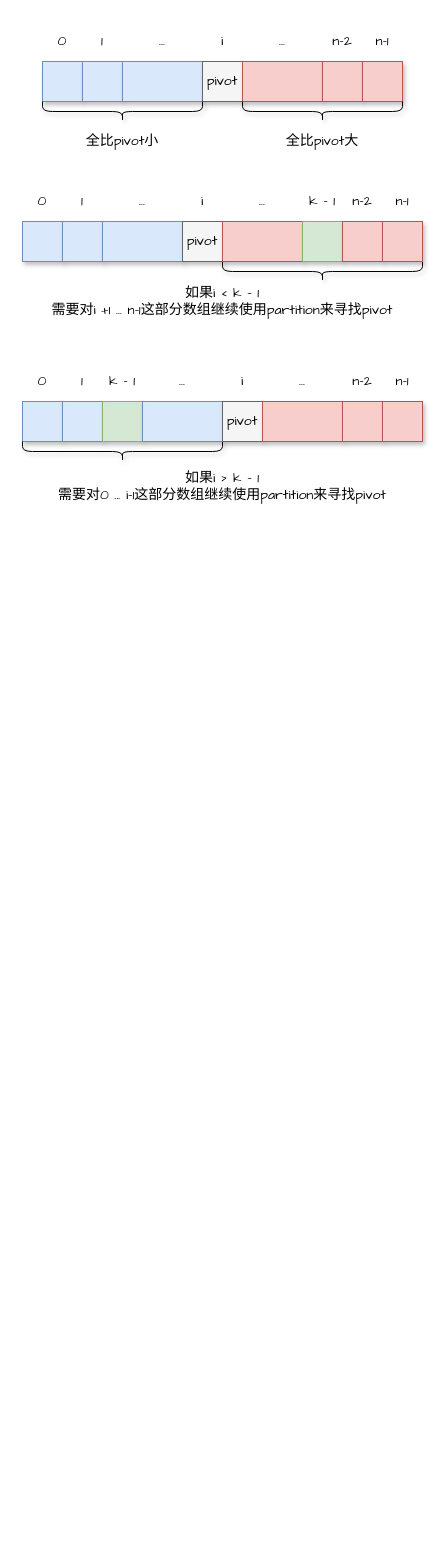
Before: draw.io/数组中的第K个最大元素.drawio in goldknife6/algorithm, a draw.io diagram. Source tidied: cells renumbered, new cells numbered last; positions are measured from the earlier drawing's top-left corner, leaving out a move shared by most shapes. Both pictures are drawn from the tidied source at 100%, with x=0, y=0 at pixel (22, 21).
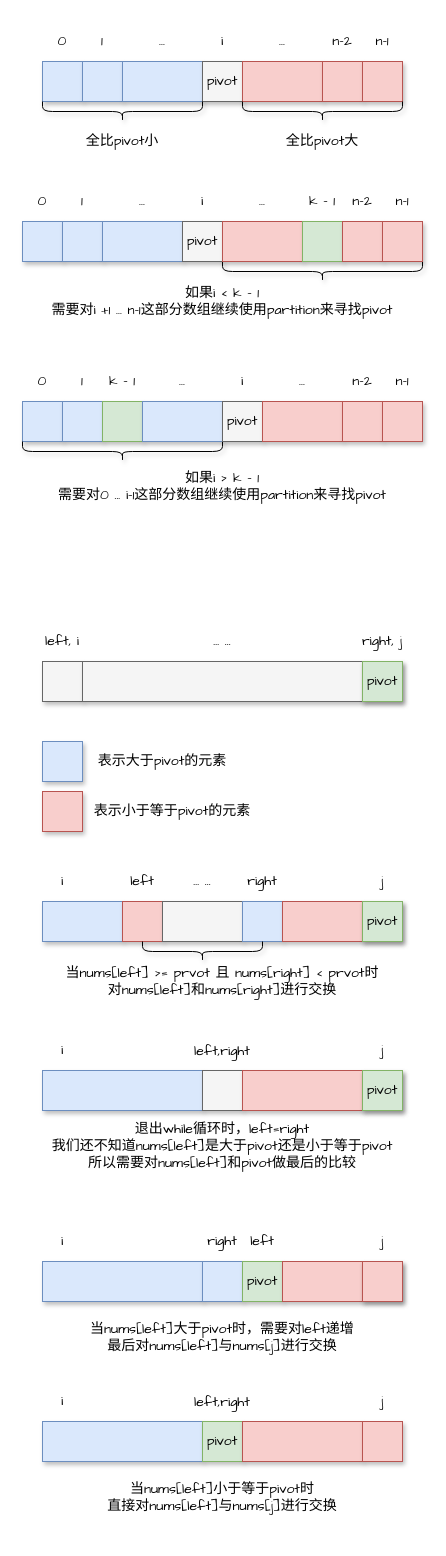
The same page after the edit.

Commit message:
更新数组中的第K个最大元素.drawio

The edit, as a diff of the source:
```diff
@@
+    <mxCell id="59" style="rounded=0;whiteSpace=wrap;html=1;fillColor=#dae8fc;strokeColor=#6c8ebf;shadow=1;" parent="1" vertex="1">
+      <mxGeometry x="20" y="1240" width="160" height="40" as="geometry" />
+    </mxCell>
+    <mxCell id="60" style="rounded=0;whiteSpace=wrap;html=1;fillColor=#dae8fc;strokeColor=#6c8ebf;shadow=1;" parent="1" vertex="1">
+      <mxGeometry x="180" y="1240" width="40" height="40" as="geometry" />
+    </mxCell>
+    <mxCell id="61" value="&lt;span style=&quot;font-family: &amp;#34;comic sans ms&amp;#34; ; font-size: 14px&quot;&gt;pivot&lt;/span&gt;" style="rounded=0;whiteSpace=wrap;html=1;fillColor=#d5e8d4;strokeColor=#82b366;shadow=1;" parent="1" vertex="1">
+      <mxGeometry x="220" y="1240" width="40" height="40" as="geometry" />
+    </mxCell>
+    <mxCell id="62" style="rounded=0;whiteSpace=wrap;html=1;fillColor=#dae8fc;strokeColor=#6c8ebf;shadow=1;" parent="1" vertex="1">
+      <mxGeometry x="20" y="880" width="80" height="40" as="geometry" />
+    </mxCell>
+    <mxCell id="63" style="rounded=0;whiteSpace=wrap;html=1;fillColor=#f8cecc;strokeColor=#b85450;shadow=1;" parent="1" vertex="1">
+      <mxGeometry x="100" y="880" width="40" height="40" as="geometry" />
+    </mxCell>
+    <mxCell id="64" style="rounded=0;whiteSpace=wrap;html=1;fillColor=#f5f5f5;fontColor=#333333;strokeColor=#666666;shadow=1;" parent="1" vertex="1">
+      <mxGeometry x="140" y="880" width="80" height="40" as="geometry" />
+    </mxCell>
+    <mxCell id="65" style="rounded=0;whiteSpace=wrap;html=1;fillColor=#dae8fc;strokeColor=#6c8ebf;shadow=1;" parent="1" vertex="1">
+      <mxGeometry x="220" y="880" width="40" height="40" as="geometry" />
+    </mxCell>
+    <mxCell id="66" style="rounded=0;whiteSpace=wrap;html=1;fillColor=#f8cecc;strokeColor=#b85450;shadow=1;" parent="1" vertex="1">
+      <mxGeometry x="260" y="880" width="80" height="40" as="geometry" />
+    </mxCell>
@@
+    <mxCell id="67" style="rounded=0;whiteSpace=wrap;html=1;fillColor=#f5f5f5;strokeColor=#666666;shadow=1;fontColor=#333333;" parent="1" vertex="1">
+      <mxGeometry x="20" y="640" width="40" height="40" as="geometry" />
+    </mxCell>
+    <mxCell id="68" style="rounded=0;whiteSpace=wrap;html=1;fillColor=#f5f5f5;fontColor=#333333;strokeColor=#666666;shadow=1;" parent="1" vertex="1">
+      <mxGeometry x="60" y="640" width="280" height="40" as="geometry" />
+    </mxCell>
+    <mxCell id="69" value="left, i" style="text;html=1;strokeColor=none;fillColor=none;align=center;verticalAlign=middle;whiteSpace=wrap;rounded=0;shadow=1;fontFamily=Comic Sans MS;fontSize=14;" parent="1" vertex="1">
+      <mxGeometry y="600" width="80" height="40" as="geometry" />
+    </mxCell>
+    <mxCell id="70" value="... ..." style="text;html=1;strokeColor=none;fillColor=none;align=center;verticalAlign=middle;whiteSpace=wrap;rounded=0;shadow=1;fontFamily=Comic Sans MS;fontSize=14;" parent="1" vertex="1">
+      <mxGeometry x="60" y="600" width="280" height="40" as="geometry" />
+    </mxCell>
+    <mxCell id="71" value="right, j" style="text;html=1;strokeColor=none;fillColor=none;align=center;verticalAlign=middle;whiteSpace=wrap;rounded=0;shadow=1;fontFamily=Comic Sans MS;fontSize=14;" parent="1" vertex="1">
+      <mxGeometry x="320" y="600" width="80" height="40" as="geometry" />
+    </mxCell>
+    <mxCell id="72" style="rounded=0;whiteSpace=wrap;html=1;fillColor=#e1d5e7;strokeColor=#9673a6;shadow=1;" parent="1" vertex="1">
+      <mxGeometry x="340" y="640" width="40" height="40" as="geometry" />
+    </mxCell>
+    <mxCell id="73" value="&lt;div class=&quot;okr-block-clipboard&quot;&gt;&lt;/div&gt;&lt;div&gt;&lt;font face=&quot;Comic Sans MS&quot; style=&quot;font-size: 14px&quot;&gt;pivot&lt;/font&gt;&lt;/div&gt;" style="text;html=1;strokeColor=#82b366;fillColor=#d5e8d4;align=center;verticalAlign=middle;whiteSpace=wrap;rounded=0;shadow=1;" parent="1" vertex="1">
+      <mxGeometry x="340" y="640" width="40" height="40" as="geometry" />
+    </mxCell>
+    <mxCell id="74" value="left" style="text;html=1;strokeColor=none;fillColor=none;align=center;verticalAlign=middle;whiteSpace=wrap;rounded=0;shadow=1;fontFamily=Comic Sans MS;fontSize=14;" parent="1" vertex="1">
+      <mxGeometry x="100" y="840" width="40" height="40" as="geometry" />
+    </mxCell>
+    <mxCell id="75" value="... ..." style="text;html=1;strokeColor=none;fillColor=none;align=center;verticalAlign=middle;whiteSpace=wrap;rounded=0;shadow=1;fontFamily=Comic Sans MS;fontSize=14;" parent="1" vertex="1">
+      <mxGeometry x="140" y="840" width="80" height="40" as="geometry" />
+    </mxCell>
+    <mxCell id="76" value="right" style="text;html=1;strokeColor=none;fillColor=none;align=center;verticalAlign=middle;whiteSpace=wrap;rounded=0;shadow=1;fontFamily=Comic Sans MS;fontSize=14;" parent="1" vertex="1">
+      <mxGeometry x="220" y="840" width="40" height="40" as="geometry" />
+    </mxCell>
+    <mxCell id="77" style="rounded=0;whiteSpace=wrap;html=1;fillColor=#e1d5e7;strokeColor=#9673a6;shadow=1;" parent="1" vertex="1">
+      <mxGeometry x="340" y="880" width="40" height="40" as="geometry" />
+    </mxCell>
+    <mxCell id="78" value="&lt;div class=&quot;okr-block-clipboard&quot;&gt;&lt;/div&gt;&lt;div&gt;&lt;font face=&quot;Comic Sans MS&quot; style=&quot;font-size: 14px&quot;&gt;pivot&lt;/font&gt;&lt;/div&gt;" style="text;html=1;strokeColor=#82b366;fillColor=#d5e8d4;align=center;verticalAlign=middle;whiteSpace=wrap;rounded=0;shadow=1;" parent="1" vertex="1">
+      <mxGeometry x="340" y="880" width="40" height="40" as="geometry" />
+    </mxCell>
+    <mxCell id="79" style="shape=curlyBracket;whiteSpace=wrap;html=1;rounded=1;shadow=1;fontFamily=Comic Sans MS;fontSize=14;rotation=-90;" parent="1" vertex="1">
+      <mxGeometry x="170" y="870" width="20" height="120" as="geometry" />
+    </mxCell>
+    <mxCell id="80" value="当nums[left] &amp;gt;= prvot 且 nums[right] &amp;lt; prvot时&lt;br&gt;对nums[left]和nums[right]进行交换" style="text;html=1;strokeColor=none;fillColor=none;align=center;verticalAlign=middle;whiteSpace=wrap;rounded=0;shadow=1;fontFamily=Comic Sans MS;fontSize=14;" parent="1" vertex="1">
+      <mxGeometry x="20" y="940" width="360" height="40" as="geometry" />
+    </mxCell>
+    <mxCell id="81" value="j" style="text;html=1;strokeColor=none;fillColor=none;align=center;verticalAlign=middle;whiteSpace=wrap;rounded=0;shadow=1;fontFamily=Comic Sans MS;fontSize=14;" parent="1" vertex="1">
+      <mxGeometry x="340" y="840" width="40" height="40" as="geometry" />
+    </mxCell>
+    <mxCell id="82" style="rounded=0;whiteSpace=wrap;html=1;fillColor=#dae8fc;strokeColor=#6c8ebf;shadow=1;" parent="1" vertex="1">
+      <mxGeometry x="20" y="720" width="40" height="40" as="geometry" />
+    </mxCell>
+    <mxCell id="83" value="表示大于pivot的元素" style="text;html=1;strokeColor=none;fillColor=none;align=center;verticalAlign=middle;whiteSpace=wrap;rounded=0;shadow=1;fontFamily=Comic Sans MS;fontSize=14;" parent="1" vertex="1">
+      <mxGeometry x="40" y="720" width="200" height="40" as="geometry" />
+    </mxCell>
+    <mxCell id="84" style="rounded=0;whiteSpace=wrap;html=1;fillColor=#f8cecc;strokeColor=#b85450;shadow=1;" parent="1" vertex="1">
+      <mxGeometry x="20" y="770" width="40" height="40" as="geometry" />
+    </mxCell>
+    <mxCell id="85" value="表示小于等于pivot的元素" style="text;html=1;strokeColor=none;fillColor=none;align=center;verticalAlign=middle;whiteSpace=wrap;rounded=0;shadow=1;fontFamily=Comic Sans MS;fontSize=14;" parent="1" vertex="1">
+      <mxGeometry x="50" y="770" width="200" height="40" as="geometry" />
+    </mxCell>
+    <mxCell id="86" style="rounded=0;whiteSpace=wrap;html=1;fillColor=#dae8fc;strokeColor=#6c8ebf;shadow=1;" parent="1" vertex="1">
+      <mxGeometry x="20" y="1049" width="160" height="40" as="geometry" />
+    </mxCell>
+    <mxCell id="87" style="rounded=0;whiteSpace=wrap;html=1;fillColor=#f5f5f5;fontColor=#333333;strokeColor=#666666;shadow=1;" parent="1" vertex="1">
+      <mxGeometry x="180" y="1049" width="40" height="40" as="geometry" />
+    </mxCell>
+    <mxCell id="88" style="rounded=0;whiteSpace=wrap;html=1;fillColor=#f8cecc;strokeColor=#b85450;shadow=1;" parent="1" vertex="1">
+      <mxGeometry x="220" y="1049" width="120" height="40" as="geometry" />
+    </mxCell>
+    <mxCell id="89" value="left,right" style="text;html=1;strokeColor=none;fillColor=none;align=center;verticalAlign=middle;whiteSpace=wrap;rounded=0;shadow=1;fontFamily=Comic Sans MS;fontSize=14;" parent="1" vertex="1">
+      <mxGeometry x="160" y="1009" width="80" height="41" as="geometry" />
+    </mxCell>
+    <mxCell id="90" style="rounded=0;whiteSpace=wrap;html=1;fillColor=#e1d5e7;strokeColor=#9673a6;shadow=1;" parent="1" vertex="1">
+      <mxGeometry x="340" y="1049" width="40" height="40" as="geometry" />
+    </mxCell>
+    <mxCell id="91" value="&lt;div class=&quot;okr-block-clipboard&quot;&gt;&lt;/div&gt;&lt;div&gt;&lt;font face=&quot;Comic Sans MS&quot; style=&quot;font-size: 14px&quot;&gt;pivot&lt;/font&gt;&lt;/div&gt;" style="text;html=1;strokeColor=#82b366;fillColor=#d5e8d4;align=center;verticalAlign=middle;whiteSpace=wrap;rounded=0;shadow=1;" parent="1" vertex="1">
+      <mxGeometry x="340" y="1049" width="40" height="40" as="geometry" />
+    </mxCell>
+    <mxCell id="92" value="j" style="text;html=1;strokeColor=none;fillColor=none;align=center;verticalAlign=middle;whiteSpace=wrap;rounded=0;shadow=1;fontFamily=Comic Sans MS;fontSize=14;" parent="1" vertex="1">
+      <mxGeometry x="340" y="1009" width="40" height="40" as="geometry" />
+    </mxCell>
+    <mxCell id="93" value="i" style="text;html=1;strokeColor=none;fillColor=none;align=center;verticalAlign=middle;whiteSpace=wrap;rounded=0;shadow=1;fontFamily=Comic Sans MS;fontSize=14;" parent="1" vertex="1">
+      <mxGeometry x="20" y="1009" width="40" height="40" as="geometry" />
+    </mxCell>
+    <mxCell id="94" value="i" style="text;html=1;strokeColor=none;fillColor=none;align=center;verticalAlign=middle;whiteSpace=wrap;rounded=0;shadow=1;fontFamily=Comic Sans MS;fontSize=14;" parent="1" vertex="1">
+      <mxGeometry x="20" y="840" width="40" height="40" as="geometry" />
+    </mxCell>
+    <mxCell id="95" value="退出while循环时，left=right&lt;br&gt;我们还不知道nums[left]是大于pivot还是小于等于pivot&lt;br&gt;所以需要对&lt;span&gt;nums[left]和pivot做最后的比较&lt;/span&gt;&lt;div class=&quot;okr-block-clipboard&quot;&gt;&lt;/div&gt;" style="text;html=1;strokeColor=none;fillColor=none;align=center;verticalAlign=middle;whiteSpace=wrap;rounded=0;shadow=1;fontFamily=Comic Sans MS;fontSize=14;" parent="1" vertex="1">
+      <mxGeometry x="20" y="1089" width="360" height="71" as="geometry" />
+    </mxCell>
+    <mxCell id="96" style="rounded=0;whiteSpace=wrap;html=1;fillColor=#f8cecc;strokeColor=#b85450;shadow=1;" parent="1" vertex="1">
+      <mxGeometry x="260" y="1240" width="80" height="40" as="geometry" />
+    </mxCell>
+    <mxCell id="97" value="right" style="text;html=1;strokeColor=none;fillColor=none;align=center;verticalAlign=middle;whiteSpace=wrap;rounded=0;shadow=1;fontFamily=Comic Sans MS;fontSize=14;" parent="1" vertex="1">
+      <mxGeometry x="180" y="1200" width="40" height="40" as="geometry" />
+    </mxCell>
+    <mxCell id="98" style="rounded=0;whiteSpace=wrap;html=1;fillColor=#e1d5e7;strokeColor=#9673a6;shadow=1;" parent="1" vertex="1">
+      <mxGeometry x="340" y="1240" width="40" height="40" as="geometry" />
+    </mxCell>
+    <mxCell id="99" value="&lt;div class=&quot;okr-block-clipboard&quot;&gt;&lt;/div&gt;&lt;div&gt;&lt;br&gt;&lt;/div&gt;" style="text;html=1;strokeColor=#b85450;fillColor=#f8cecc;align=center;verticalAlign=middle;whiteSpace=wrap;rounded=0;shadow=1;" parent="1" vertex="1">
+      <mxGeometry x="340" y="1240" width="40" height="40" as="geometry" />
+    </mxCell>
+    <mxCell id="100" value="j" style="text;html=1;strokeColor=none;fillColor=none;align=center;verticalAlign=middle;whiteSpace=wrap;rounded=0;shadow=1;fontFamily=Comic Sans MS;fontSize=14;" parent="1" vertex="1">
+      <mxGeometry x="340" y="1200" width="40" height="40" as="geometry" />
+    </mxCell>
+    <mxCell id="101" value="i" style="text;html=1;strokeColor=none;fillColor=none;align=center;verticalAlign=middle;whiteSpace=wrap;rounded=0;shadow=1;fontFamily=Comic Sans MS;fontSize=14;" parent="1" vertex="1">
+      <mxGeometry x="20" y="1200" width="40" height="40" as="geometry" />
+    </mxCell>
+    <mxCell id="102" value="left" style="text;html=1;strokeColor=none;fillColor=none;align=center;verticalAlign=middle;whiteSpace=wrap;rounded=0;shadow=1;fontFamily=Comic Sans MS;fontSize=14;" parent="1" vertex="1">
+      <mxGeometry x="220" y="1200" width="40" height="40" as="geometry" />
+    </mxCell>
+    <mxCell id="103" value="当nums[left]大于pivot时，需要对left递增&lt;br&gt;最后对nums[left]与nums[j]进行交换&lt;br&gt;&lt;div class=&quot;okr-block-clipboard&quot;&gt;&lt;/div&gt;" style="text;html=1;strokeColor=none;fillColor=none;align=center;verticalAlign=middle;whiteSpace=wrap;rounded=0;shadow=1;fontFamily=Comic Sans MS;fontSize=14;" parent="1" vertex="1">
+      <mxGeometry x="20" y="1280" width="360" height="71" as="geometry" />
+    </mxCell>
+    <mxCell id="104" style="rounded=0;whiteSpace=wrap;html=1;fillColor=#dae8fc;strokeColor=#6c8ebf;shadow=1;" parent="1" vertex="1">
+      <mxGeometry x="20" y="1400" width="160" height="40" as="geometry" />
+    </mxCell>
+    <mxCell id="105" value="&lt;span style=&quot;font-family: &amp;#34;comic sans ms&amp;#34; ; font-size: 14px&quot;&gt;pivot&lt;/span&gt;" style="rounded=0;whiteSpace=wrap;html=1;fillColor=#d5e8d4;strokeColor=#82b366;shadow=1;" parent="1" vertex="1">
+      <mxGeometry x="180" y="1400" width="40" height="40" as="geometry" />
+    </mxCell>
+    <mxCell id="106" style="rounded=0;whiteSpace=wrap;html=1;fillColor=#f8cecc;strokeColor=#b85450;shadow=1;" parent="1" vertex="1">
+      <mxGeometry x="220" y="1400" width="120" height="40" as="geometry" />
+    </mxCell>
+    <mxCell id="107" value="left,right" style="text;html=1;strokeColor=none;fillColor=none;align=center;verticalAlign=middle;whiteSpace=wrap;rounded=0;shadow=1;fontFamily=Comic Sans MS;fontSize=14;" parent="1" vertex="1">
+      <mxGeometry x="160" y="1360" width="80" height="41" as="geometry" />
+    </mxCell>
+    <mxCell id="108" value="&lt;div class=&quot;okr-block-clipboard&quot;&gt;&lt;/div&gt;&lt;div&gt;&lt;br&gt;&lt;/div&gt;" style="text;html=1;strokeColor=#b85450;fillColor=#f8cecc;align=center;verticalAlign=middle;whiteSpace=wrap;rounded=0;shadow=1;" parent="1" vertex="1">
+      <mxGeometry x="340" y="1400" width="40" height="40" as="geometry" />
+    </mxCell>
+    <mxCell id="109" value="j" style="text;html=1;strokeColor=none;fillColor=none;align=center;verticalAlign=middle;whiteSpace=wrap;rounded=0;shadow=1;fontFamily=Comic Sans MS;fontSize=14;" parent="1" vertex="1">
+      <mxGeometry x="340" y="1360" width="40" height="40" as="geometry" />
+    </mxCell>
+    <mxCell id="110" value="i" style="text;html=1;strokeColor=none;fillColor=none;align=center;verticalAlign=middle;whiteSpace=wrap;rounded=0;shadow=1;fontFamily=Comic Sans MS;fontSize=14;" parent="1" vertex="1">
+      <mxGeometry x="20" y="1360" width="40" height="40" as="geometry" />
+    </mxCell>
+    <mxCell id="111" value="当nums[left]小于等于pivot时&lt;br&gt;直接对nums[left]与nums[j]进行交换&lt;br&gt;&lt;div class=&quot;okr-block-clipboard&quot;&gt;&lt;/div&gt;" style="text;html=1;strokeColor=none;fillColor=none;align=center;verticalAlign=middle;whiteSpace=wrap;rounded=0;shadow=1;fontFamily=Comic Sans MS;fontSize=14;" parent="1" vertex="1">
+      <mxGeometry x="20" y="1440" width="360" height="71" as="geometry" />
+    </mxCell>
```
